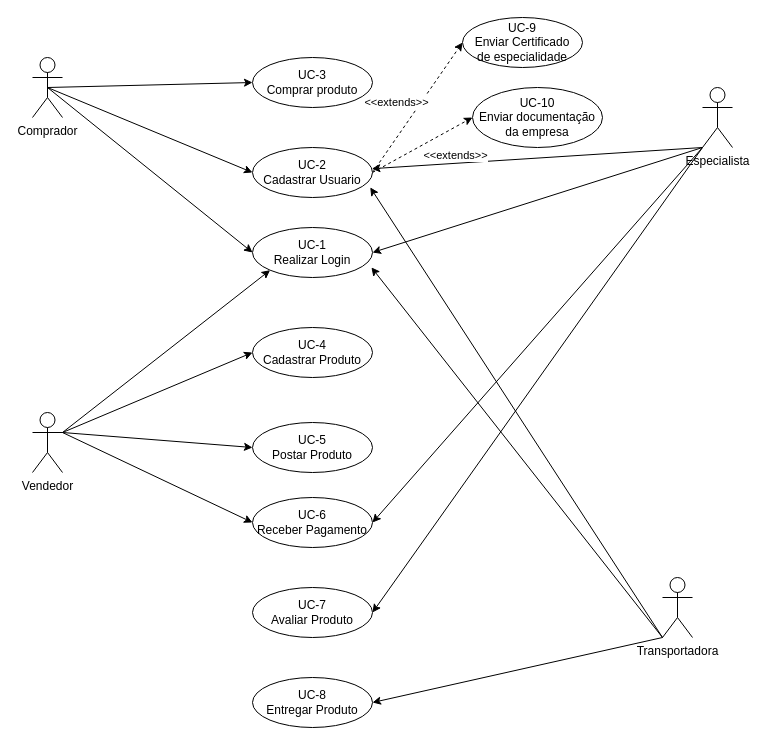
luca-moraes/projetoCorintoModelagem keeps this draw.io diagram as page "Casos de Uso" (5 of 5) of DPN/ModelagemProcessoNegocio.drawio. Above is the earlier version. Source tidied: cells renumbered, new cells numbered last; positions are measured from the earlier drawing's top-left corner, leaving out a move shared by most shapes. Both pictures are drawn from the tidied source at 100%, with x=0, y=0 at pixel (32, 17).
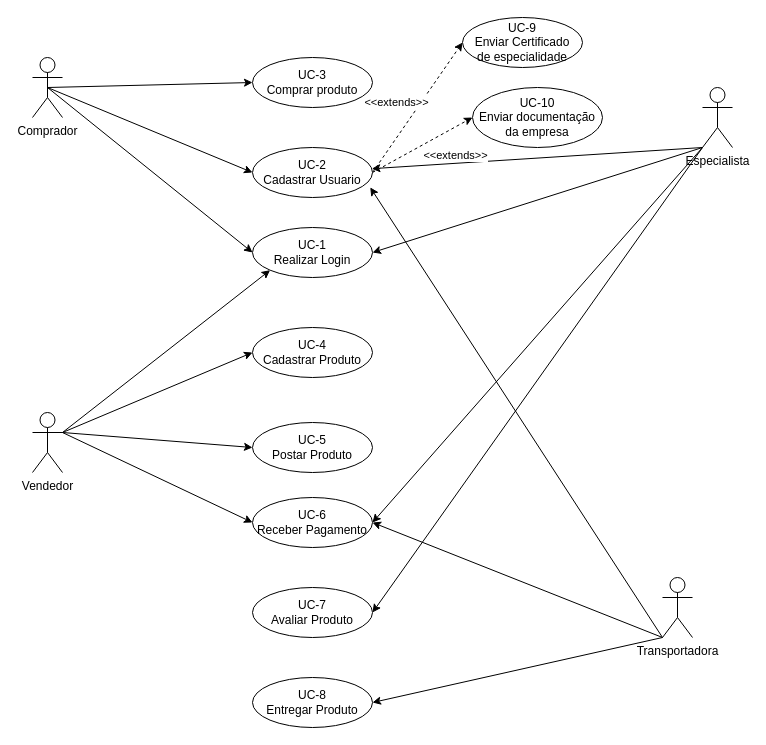
The same page after the edit.

Unchanged cells that the change refers to:
```xml
<mxCell id="6" value="UC-1&lt;br&gt;Realizar Login" style="ellipse;whiteSpace=wrap;html=1;" parent="1" vertex="1">
  <mxGeometry x="220" y="210" width="120" height="50" as="geometry" />
</mxCell>
<mxCell id="19" value="UC-6&lt;br&gt;Receber Pagamento" style="ellipse;whiteSpace=wrap;html=1;" parent="1" vertex="1">
  <mxGeometry x="220" y="480" width="120" height="50" as="geometry" />
</mxCell>
<mxCell id="29" value="Transportadora" style="shape=umlActor;verticalLabelPosition=bottom;verticalAlign=top;html=1;outlineConnect=0;" parent="1" vertex="1">
  <mxGeometry x="630" y="560" width="30" height="60" as="geometry" />
</mxCell>
```

What changed in the source:
```diff
@@
-    <mxCell id="28" style="rounded=0;jettySize=auto;html=1;exitX=0;exitY=1;exitDx=0;exitDy=0;exitPerimeter=0;entryX=0.991;entryY=0.798;entryDx=0;entryDy=0;entryPerimeter=0;" parent="1" edge="1" source="29" target="6">
-      <mxGeometry relative="1" as="geometry" />
-    </mxCell>
+    <mxCell id="34" style="rounded=0;jettySize=auto;html=1;exitX=0;exitY=1;exitDx=0;exitDy=0;exitPerimeter=0;entryX=1;entryY=0.5;entryDx=0;entryDy=0;" parent="1" edge="1" source="29" target="19">
+      <mxGeometry relative="1" as="geometry" />
+    </mxCell>
```
